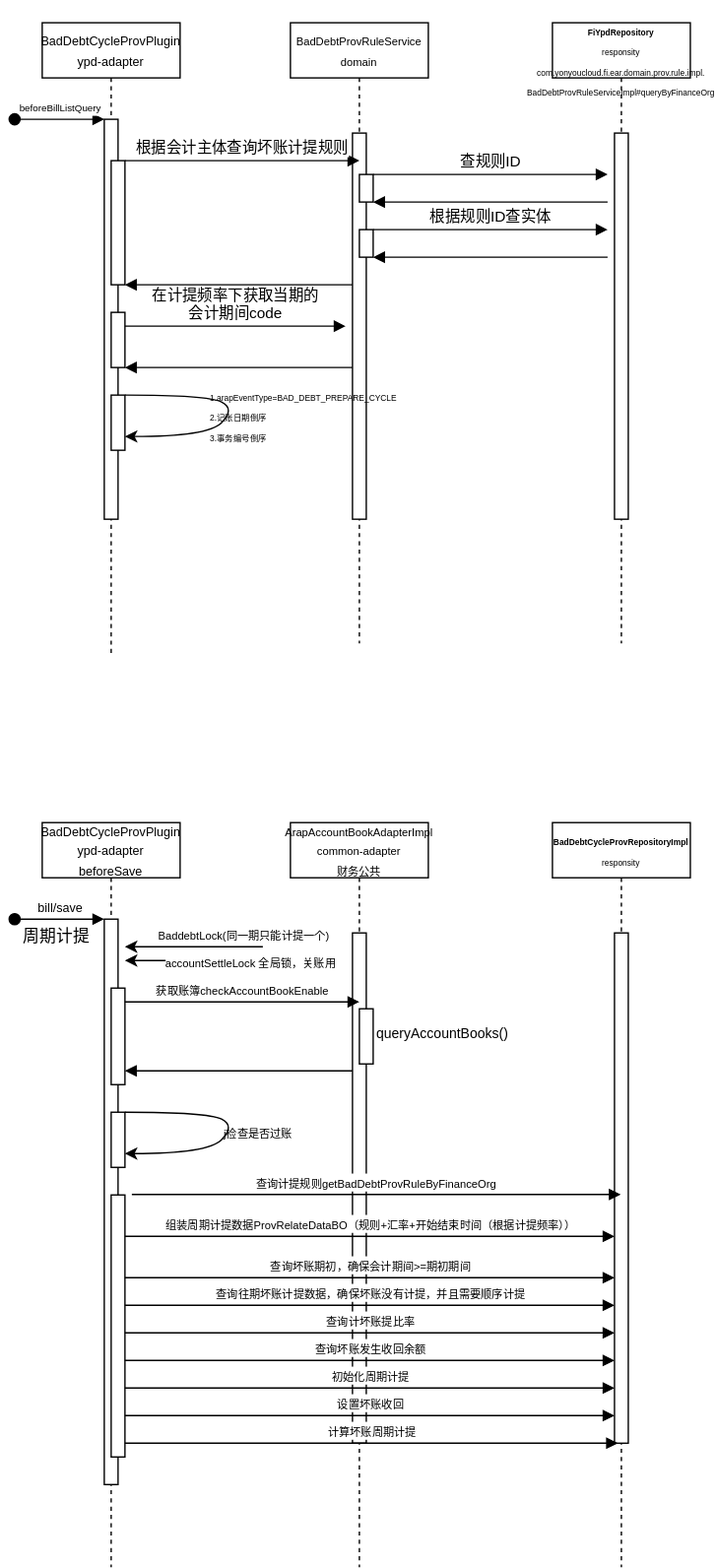
This is 坏账周期计提.svg from typooooohj/PubSub, a draw.io export, as it was before one commit. Source tidied: cells renumbered, new cells last; positions are measured from the earlier drawing's top-left corner, leaving out a move shared by most shapes.
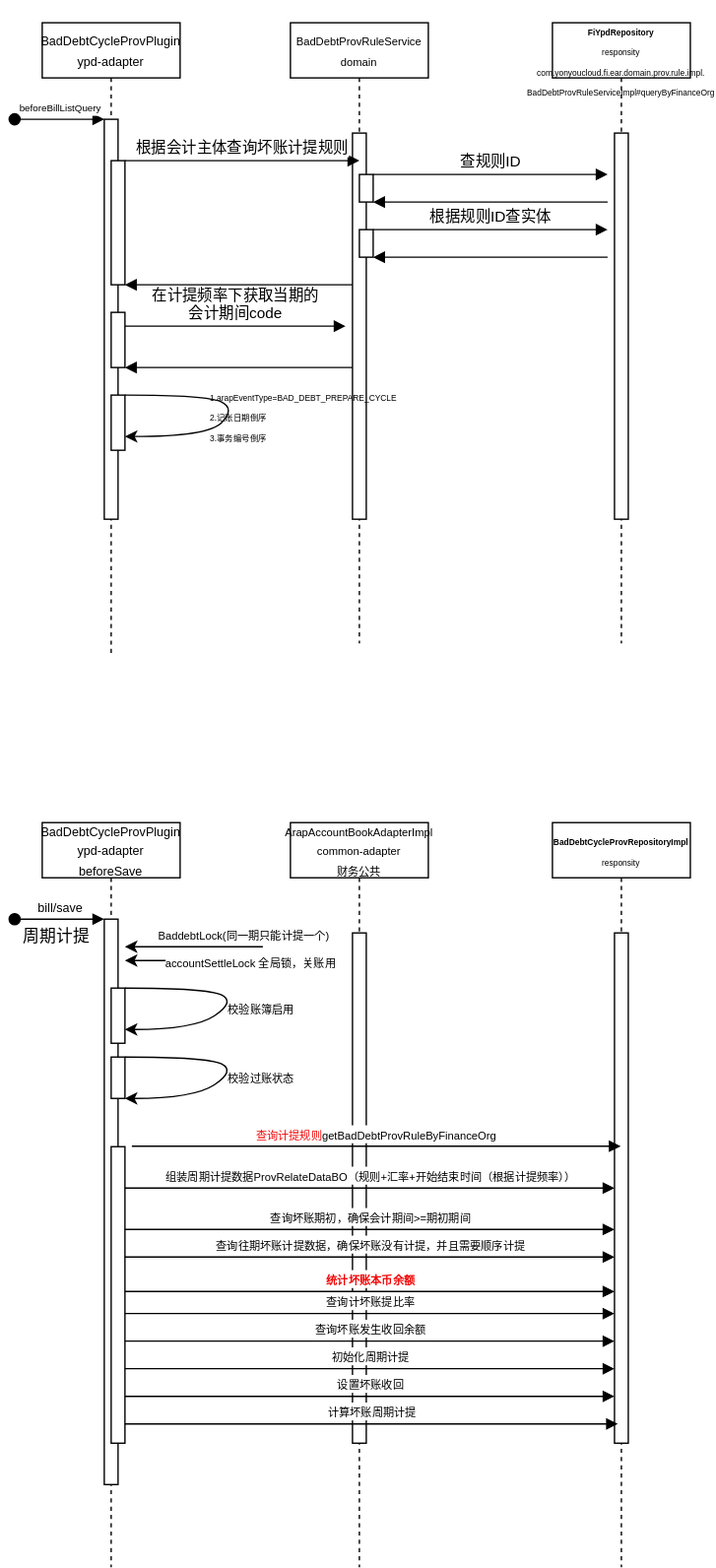
Above is the later version.

Commit message:
坏账周期计提增加包含暂估.svg

Change to the diagram source:
```diff
@@ -138,55 +138,34 @@
       </mxGeometry>
     </mxCell>
     <mxCell id="27" style="html=1;perimeter=orthogonalPerimeter;targetShapes=umlLifeline;newEdgeStyle={&quot;edgeStyle&quot;:&quot;elbowEdgeStyle&quot;,&quot;elbow&quot;:&quot;vertical&quot;,&quot;curved&quot;:0,&quot;rounded&quot;:0};" parent="24" vertex="1">
-      <mxGeometry x="50" y="120" width="10" height="70" as="geometry" />
+      <mxGeometry x="50" y="120" width="10" height="40" as="geometry" />
     </mxCell>
+    <mxCell id="29" style="html=1;perimeter=orthogonalPerimeter;targetShapes=umlLifeline;newEdgeStyle={&quot;edgeStyle&quot;:&quot;elbowEdgeStyle&quot;,&quot;elbow&quot;:&quot;vertical&quot;,&quot;curved&quot;:0,&quot;rounded&quot;:0};" parent="24" vertex="1">
+      <mxGeometry x="50" y="235" width="10" height="215" as="geometry" />
+    </mxCell>
     <mxCell id="28" style="html=1;perimeter=orthogonalPerimeter;targetShapes=umlLifeline;newEdgeStyle={&quot;edgeStyle&quot;:&quot;elbowEdgeStyle&quot;,&quot;elbow&quot;:&quot;vertical&quot;,&quot;curved&quot;:0,&quot;rounded&quot;:0};" parent="24" vertex="1">
-      <mxGeometry x="50" y="210" width="10" height="40" as="geometry" />
+      <mxGeometry x="50" y="170" width="10" height="30" as="geometry" />
     </mxCell>
-    <mxCell id="29" style="html=1;perimeter=orthogonalPerimeter;targetShapes=umlLifeline;newEdgeStyle={&quot;edgeStyle&quot;:&quot;elbowEdgeStyle&quot;,&quot;elbow&quot;:&quot;vertical&quot;,&quot;curved&quot;:0,&quot;rounded&quot;:0};" parent="24" vertex="1">
-      <mxGeometry x="50" y="270" width="10" height="190" as="geometry" />
-    </mxCell>
+    <mxCell id="35" style="curved=1;endArrow=classic;html=1;rounded=0;" parent="24" edge="1">
+      <mxGeometry relative="1" as="geometry">
+        <mxPoint x="60" y="170" as="sourcePoint" />
+        <mxPoint x="60" y="200" as="targetPoint" />
+        <Array as="points">
+          <mxPoint x="120" y="170" />
+          <mxPoint x="140" y="180" />
+          <mxPoint x="110" y="200" />
+        </Array>
+      </mxGeometry>
+    </mxCell>
+    <mxCell id="36" value="&lt;font style=&quot;font-size: 8px;&quot;&gt;校验过账状态&lt;/font&gt;" style="text;html=1;align=left;verticalAlign=middle;whiteSpace=wrap;rounded=0;" parent="24" vertex="1">
+      <mxGeometry x="133" y="170" width="60" height="30" as="geometry" />
+    </mxCell>
     <mxCell id="30" value="&lt;font style=&quot;font-size: 8px;&quot;&gt;ArapAccountBookAdapterImpl&lt;/font&gt;&lt;div&gt;&lt;span style=&quot;font-size: 8px;&quot;&gt;common-adapter&lt;/span&gt;&lt;/div&gt;&lt;div&gt;&lt;span style=&quot;font-size: 8px;&quot;&gt;财务公共&lt;/span&gt;&lt;/div&gt;" style="shape=umlLifeline;perimeter=lifelinePerimeter;whiteSpace=wrap;html=1;newEdgeStyle={&quot;edgeStyle&quot;:&quot;elbowEdgeStyle&quot;,&quot;elbow&quot;:&quot;vertical&quot;,&quot;curved&quot;:0,&quot;rounded&quot;:0};" parent="1" vertex="1">
       <mxGeometry x="205" y="580" width="100" height="540" as="geometry" />
     </mxCell>
     <mxCell id="31" style="html=1;perimeter=orthogonalPerimeter;targetShapes=umlLifeline;newEdgeStyle={&quot;edgeStyle&quot;:&quot;elbowEdgeStyle&quot;,&quot;elbow&quot;:&quot;vertical&quot;,&quot;curved&quot;:0,&quot;rounded&quot;:0};" parent="30" vertex="1">
       <mxGeometry x="45" y="80" width="10" height="370" as="geometry" />
     </mxCell>
-    <mxCell id="32" style="html=1;perimeter=orthogonalPerimeter;targetShapes=umlLifeline;newEdgeStyle={&quot;edgeStyle&quot;:&quot;elbowEdgeStyle&quot;,&quot;elbow&quot;:&quot;vertical&quot;,&quot;curved&quot;:0,&quot;rounded&quot;:0};" parent="30" vertex="1">
-      <mxGeometry x="50" y="135" width="10" height="40" as="geometry" />
-    </mxCell>
-    <mxCell id="33" value="&lt;font style=&quot;font-size: 8px;&quot;&gt;获取账簿checkAccountBookEnable&lt;/font&gt;" style="html=1;verticalAlign=bottom;endArrow=block;edgeStyle=elbowEdgeStyle;elbow=vertical;curved=0;rounded=0;" parent="1" edge="1">
-      <mxGeometry relative="1" as="geometry">
-        <mxPoint x="85" y="710" as="sourcePoint" />
-        <mxPoint x="255" y="710" as="targetPoint" />
-        <Array as="points">
-          <mxPoint x="170" y="710" />
-        </Array>
-      </mxGeometry>
-    </mxCell>
-    <mxCell id="34" style="html=1;verticalAlign=bottom;endArrow=block;edgeStyle=elbowEdgeStyle;elbow=vertical;curved=0;rounded=0;" parent="1" edge="1">
-      <mxGeometry relative="1" as="geometry">
-        <mxPoint x="250" y="760" as="sourcePoint" />
-        <mxPoint x="85" y="760" as="targetPoint" />
-        <Array as="points">
-          <mxPoint x="175" y="760" />
-        </Array>
-      </mxGeometry>
-    </mxCell>
-    <mxCell id="35" style="curved=1;endArrow=classic;html=1;rounded=0;" parent="1" edge="1">
-      <mxGeometry relative="1" as="geometry">
-        <mxPoint x="85" y="790" as="sourcePoint" />
-        <mxPoint x="85" y="820" as="targetPoint" />
-        <Array as="points">
-          <mxPoint x="145" y="790" />
-          <mxPoint x="165" y="800" />
-          <mxPoint x="145" y="820" />
-        </Array>
-      </mxGeometry>
-    </mxCell>
-    <mxCell id="36" value="&lt;font style=&quot;font-size: 8px;&quot;&gt;j检查是否过账&lt;/font&gt;" style="text;html=1;align=left;verticalAlign=middle;whiteSpace=wrap;rounded=0;" parent="1" vertex="1">
-      <mxGeometry x="155" y="790" width="60" height="30" as="geometry" />
-    </mxCell>
     <mxCell id="37" value="&lt;div&gt;&lt;span style=&quot;font-size: 6px; background-color: initial;&quot;&gt;&lt;b&gt;&lt;br&gt;&lt;/b&gt;&lt;/span&gt;&lt;/div&gt;&lt;div&gt;&lt;span style=&quot;font-size: 6px;&quot;&gt;&lt;b&gt;BadDebtCycleProvRepositoryImpl&lt;/b&gt;&lt;/span&gt;&lt;br&gt;&lt;/div&gt;&lt;div&gt;&lt;font style=&quot;font-size: 6px;&quot;&gt;responsity&lt;/font&gt;&lt;/div&gt;&lt;div&gt;&lt;br&gt;&lt;/div&gt;" style="shape=umlLifeline;perimeter=lifelinePerimeter;whiteSpace=wrap;html=1;outlineConnect=0;portConstraint=eastwest;newEdgeStyle={&quot;edgeStyle&quot;:&quot;elbowEdgeStyle&quot;,&quot;elbow&quot;:&quot;vertical&quot;,&quot;curved&quot;:0,&quot;rounded&quot;:0};" parent="1" vertex="1">
       <mxGeometry x="395" y="580" width="100" height="540" as="geometry" />
     </mxCell>
@@ -218,88 +197,109 @@
     <mxCell id="43" value="周期计提" style="text;html=1;align=center;verticalAlign=middle;strokeColor=none;fillColor=none;" parent="1" vertex="1">
       <mxGeometry y="648" width="70" height="30" as="geometry" />
     </mxCell>
-    <mxCell id="44" value="&lt;font style=&quot;font-size: 10px;&quot;&gt;queryAccountBooks()&lt;/font&gt;" style="text;html=1;align=center;verticalAlign=middle;strokeColor=none;fillColor=none;" parent="1" vertex="1">
-      <mxGeometry x="255" y="718" width="120" height="30" as="geometry" />
-    </mxCell>
-    <mxCell id="45" value="&lt;span style=&quot;font-size: 8px;&quot;&gt;查询计提规则getBadDebtProvRuleByFinanceOrg&lt;/span&gt;" style="html=1;verticalAlign=bottom;endArrow=block;edgeStyle=elbowEdgeStyle;elbow=vertical;curved=0;rounded=0;" parent="1" edge="1" target="37">
+    <mxCell id="45" value="&lt;span style=&quot;font-size: 8px;&quot;&gt;&lt;font color=&quot;#f20707&quot;&gt;查询计提规则&lt;/font&gt;getBadDebtProvRuleByFinanceOrg&lt;/span&gt;" style="html=1;verticalAlign=bottom;endArrow=block;edgeStyle=elbowEdgeStyle;elbow=vertical;curved=0;rounded=0;" parent="1" edge="1">
       <mxGeometry relative="1" as="geometry">
-        <mxPoint x="90" y="849.7" as="sourcePoint" />
+        <mxPoint x="90" y="814.7" as="sourcePoint" />
+        <mxPoint x="444.5" y="814.7" as="targetPoint" />
         <Array as="points">
-          <mxPoint x="175" y="849.7" />
+          <mxPoint x="175" y="814.7" />
         </Array>
       </mxGeometry>
     </mxCell>
     <mxCell id="46" value="&lt;span style=&quot;font-size: 8px;&quot;&gt;组装周期计提数据ProvRelateDataBO（规则+汇率+开始结束时间（根据计提频率））&lt;/span&gt;" style="html=1;verticalAlign=bottom;endArrow=block;edgeStyle=elbowEdgeStyle;elbow=vertical;curved=0;rounded=0;" parent="1" edge="1">
       <mxGeometry relative="1" as="geometry">
-        <mxPoint x="85" y="880" as="sourcePoint" />
-        <mxPoint x="440" y="880.3" as="targetPoint" />
+        <mxPoint x="85" y="845" as="sourcePoint" />
+        <mxPoint x="440" y="845.3" as="targetPoint" />
         <Array as="points">
-          <mxPoint x="170" y="880" />
+          <mxPoint x="170" y="845" />
         </Array>
       </mxGeometry>
     </mxCell>
     <mxCell id="47" value="&lt;span style=&quot;font-size: 8px;&quot;&gt;查询坏账期初，确保会计期间&amp;gt;=期初期间&lt;/span&gt;" style="html=1;verticalAlign=bottom;endArrow=block;edgeStyle=elbowEdgeStyle;elbow=vertical;curved=0;rounded=0;" parent="1" edge="1">
       <mxGeometry relative="1" as="geometry">
-        <mxPoint x="85" y="910" as="sourcePoint" />
-        <mxPoint x="440" y="910.3" as="targetPoint" />
+        <mxPoint x="85" y="875" as="sourcePoint" />
+        <mxPoint x="440" y="875.3" as="targetPoint" />
         <Array as="points">
-          <mxPoint x="170" y="910" />
+          <mxPoint x="170" y="875" />
         </Array>
       </mxGeometry>
     </mxCell>
     <mxCell id="48" value="&lt;span style=&quot;font-size: 8px;&quot;&gt;查询往期坏账计提数据，确保坏账没有计提，并且需要顺序计提&lt;/span&gt;" style="html=1;verticalAlign=bottom;endArrow=block;edgeStyle=elbowEdgeStyle;elbow=vertical;curved=0;rounded=0;" parent="1" edge="1">
       <mxGeometry relative="1" as="geometry">
-        <mxPoint x="85" y="930" as="sourcePoint" />
-        <mxPoint x="440" y="930.3" as="targetPoint" />
+        <mxPoint x="85" y="895" as="sourcePoint" />
+        <mxPoint x="440" y="895.3" as="targetPoint" />
         <Array as="points">
-          <mxPoint x="170" y="930" />
+          <mxPoint x="170" y="895" />
         </Array>
       </mxGeometry>
     </mxCell>
     <mxCell id="49" value="&lt;span style=&quot;font-size: 8px;&quot;&gt;查询计坏账提比率&lt;/span&gt;" style="html=1;verticalAlign=bottom;endArrow=block;edgeStyle=elbowEdgeStyle;elbow=vertical;curved=0;rounded=0;" parent="1" edge="1">
       <mxGeometry relative="1" as="geometry">
-        <mxPoint x="85" y="950" as="sourcePoint" />
-        <mxPoint x="440" y="950.3" as="targetPoint" />
+        <mxPoint x="85" y="936" as="sourcePoint" />
+        <mxPoint x="440" y="936.3" as="targetPoint" />
         <Array as="points">
-          <mxPoint x="170" y="950" />
+          <mxPoint x="170" y="936" />
         </Array>
       </mxGeometry>
     </mxCell>
     <mxCell id="50" value="&lt;span style=&quot;font-size: 8px;&quot;&gt;查询坏账发生收回余额&lt;/span&gt;" style="html=1;verticalAlign=bottom;endArrow=block;edgeStyle=elbowEdgeStyle;elbow=vertical;curved=0;rounded=0;" parent="1" edge="1">
       <mxGeometry relative="1" as="geometry">
-        <mxPoint x="85" y="970" as="sourcePoint" />
-        <mxPoint x="440" y="970.3" as="targetPoint" />
+        <mxPoint x="85" y="956" as="sourcePoint" />
+        <mxPoint x="440" y="956.3" as="targetPoint" />
         <Array as="points">
-          <mxPoint x="170" y="970" />
+          <mxPoint x="170" y="956" />
         </Array>
       </mxGeometry>
     </mxCell>
     <mxCell id="51" value="&lt;span style=&quot;font-size: 8px;&quot;&gt;初始化周期计提&lt;/span&gt;" style="html=1;verticalAlign=bottom;endArrow=block;edgeStyle=elbowEdgeStyle;elbow=vertical;curved=0;rounded=0;" parent="1" edge="1">
       <mxGeometry relative="1" as="geometry">
-        <mxPoint x="85" y="990" as="sourcePoint" />
-        <mxPoint x="440" y="990.3" as="targetPoint" />
+        <mxPoint x="85" y="976" as="sourcePoint" />
+        <mxPoint x="440" y="976.3" as="targetPoint" />
         <Array as="points">
-          <mxPoint x="170" y="990" />
+          <mxPoint x="170" y="976" />
         </Array>
       </mxGeometry>
     </mxCell>
     <mxCell id="52" value="&lt;span style=&quot;font-size: 8px;&quot;&gt;设置坏账收回&lt;/span&gt;" style="html=1;verticalAlign=bottom;endArrow=block;edgeStyle=elbowEdgeStyle;elbow=vertical;curved=0;rounded=0;" parent="1" edge="1">
       <mxGeometry relative="1" as="geometry">
-        <mxPoint x="85" y="1010" as="sourcePoint" />
-        <mxPoint x="440" y="1010.3" as="targetPoint" />
+        <mxPoint x="85" y="996" as="sourcePoint" />
+        <mxPoint x="440" y="996.3" as="targetPoint" />
         <Array as="points">
-          <mxPoint x="170" y="1010" />
+          <mxPoint x="170" y="996" />
         </Array>
       </mxGeometry>
     </mxCell>
     <mxCell id="53" value="&lt;span style=&quot;font-size: 8px;&quot;&gt;计算坏账周期计提&lt;/span&gt;" style="html=1;verticalAlign=bottom;endArrow=block;edgeStyle=elbowEdgeStyle;elbow=vertical;curved=0;rounded=0;" parent="1" edge="1">
       <mxGeometry relative="1" as="geometry">
-        <mxPoint x="85" y="1030" as="sourcePoint" />
-        <mxPoint x="442.5" y="1030" as="targetPoint" />
+        <mxPoint x="85" y="1016" as="sourcePoint" />
+        <mxPoint x="442.5" y="1016" as="targetPoint" />
         <Array as="points">
-          <mxPoint x="170" y="1030" />
+          <mxPoint x="170" y="1016" />
         </Array>
       </mxGeometry>
     </mxCell>
+    <mxCell id="54" style="curved=1;endArrow=classic;html=1;rounded=0;" parent="1" edge="1">
+      <mxGeometry relative="1" as="geometry">
+        <mxPoint x="85" y="700" as="sourcePoint" />
+        <mxPoint x="85" y="730" as="targetPoint" />
+        <Array as="points">
+          <mxPoint x="145" y="700" />
+          <mxPoint x="165" y="710" />
+          <mxPoint x="135" y="730" />
+        </Array>
+      </mxGeometry>
+    </mxCell>
+    <mxCell id="55" value="&lt;font style=&quot;font-size: 8px;&quot;&gt;校验账簿启用&lt;/font&gt;" style="text;html=1;align=left;verticalAlign=middle;whiteSpace=wrap;rounded=0;" parent="1" vertex="1">
+      <mxGeometry x="158" y="700" width="60" height="30" as="geometry" />
+    </mxCell>
+    <mxCell id="56" value="&lt;span style=&quot;font-size: 8px;&quot;&gt;&lt;b&gt;&lt;font color=&quot;#f10404&quot;&gt;统计坏账本币余额&lt;/font&gt;&lt;/b&gt;&lt;/span&gt;" style="html=1;verticalAlign=bottom;endArrow=block;edgeStyle=elbowEdgeStyle;elbow=vertical;curved=0;rounded=0;" parent="1" edge="1">
+      <mxGeometry relative="1" as="geometry">
+        <mxPoint x="85" y="920" as="sourcePoint" />
+        <mxPoint x="440" y="920.3" as="targetPoint" />
+        <Array as="points">
+          <mxPoint x="170" y="920" />
+        </Array>
+      </mxGeometry>
+    </mxCell>
   </root>
 </mxGraphModel>
```
